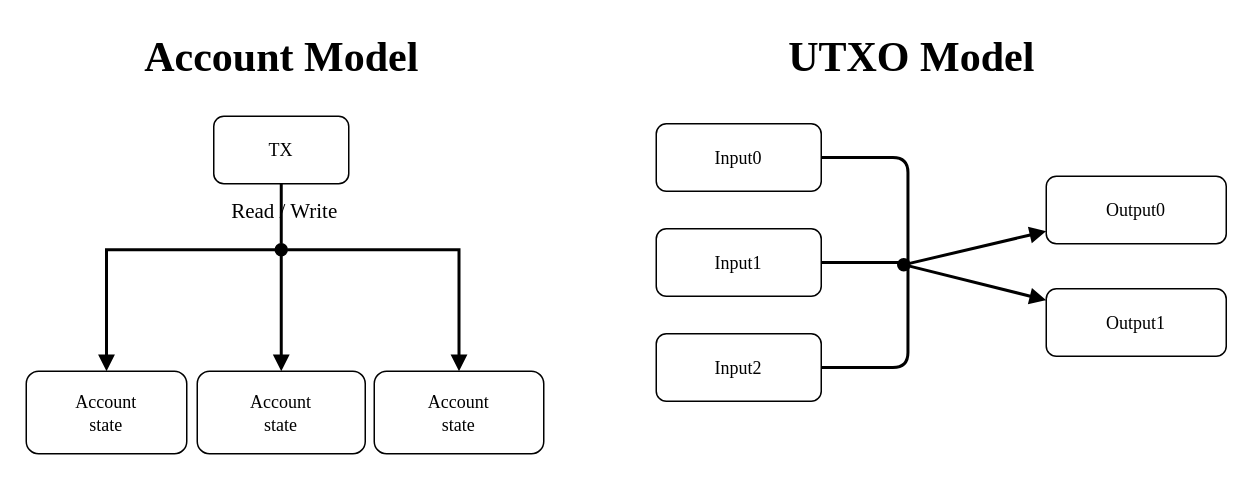
The draw.io diagram page "2.1 状态模型" (1 of 7) of 2-x.drawio in cynic-1/Graphs, before the edit. Source tidied: cells renumbered, new cells numbered last; positions are measured from the earlier drawing's top-left corner, leaving out a move shared by most shapes. Both pictures are drawn from the tidied source at 150%, with x=0, y=0 at pixel (26, 26).
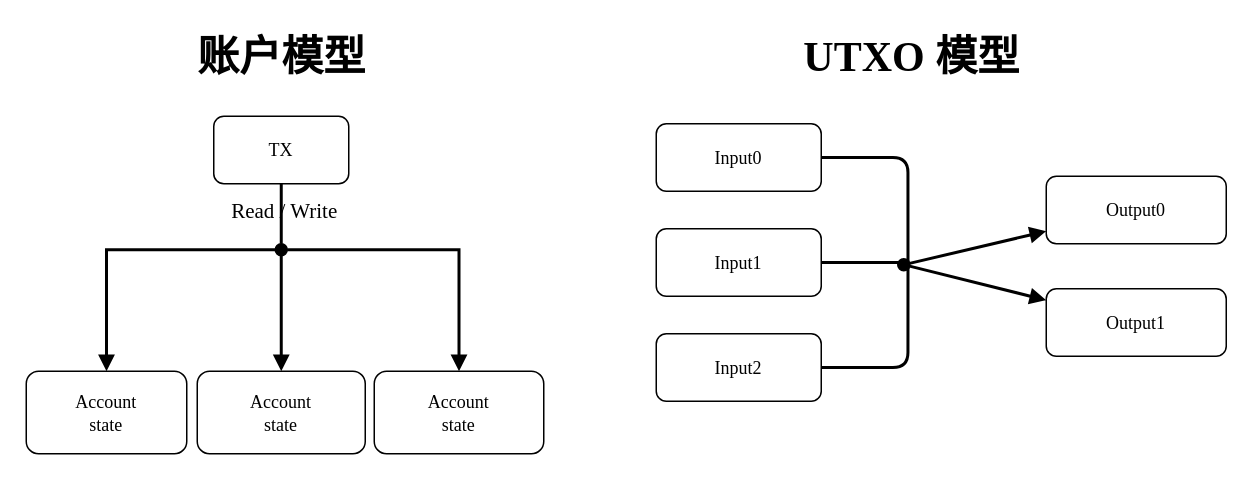
After the change.

The edit, as a diff of the source:
```diff
@@
-    <mxCell id="2" value="Account Model" style="text;html=1;strokeColor=none;fillColor=none;align=center;verticalAlign=middle;fontSize=28;fontStyle=1;fontFamily=Times New Roman;" parent="1" vertex="1">
+    <mxCell id="2" value="账户模型" style="text;html=1;strokeColor=none;fillColor=none;align=center;verticalAlign=middle;fontSize=28;fontStyle=1;fontFamily=Times New Roman;" parent="1" vertex="1">
       <mxGeometry x="40" width="260" height="40" as="geometry" />
     </mxCell>
@@
-    <mxCell id="13" value="UTXO Model" style="text;html=1;strokeColor=none;fillColor=none;align=center;verticalAlign=middle;fontSize=28;fontStyle=1;fontFamily=Times New Roman;" parent="1" vertex="1">
+    <mxCell id="13" value="UTXO 模型" style="text;html=1;strokeColor=none;fillColor=none;align=center;verticalAlign=middle;fontSize=28;fontStyle=1;fontFamily=Times New Roman;" parent="1" vertex="1">
       <mxGeometry x="470" width="240" height="40" as="geometry" />
     </mxCell>
```
